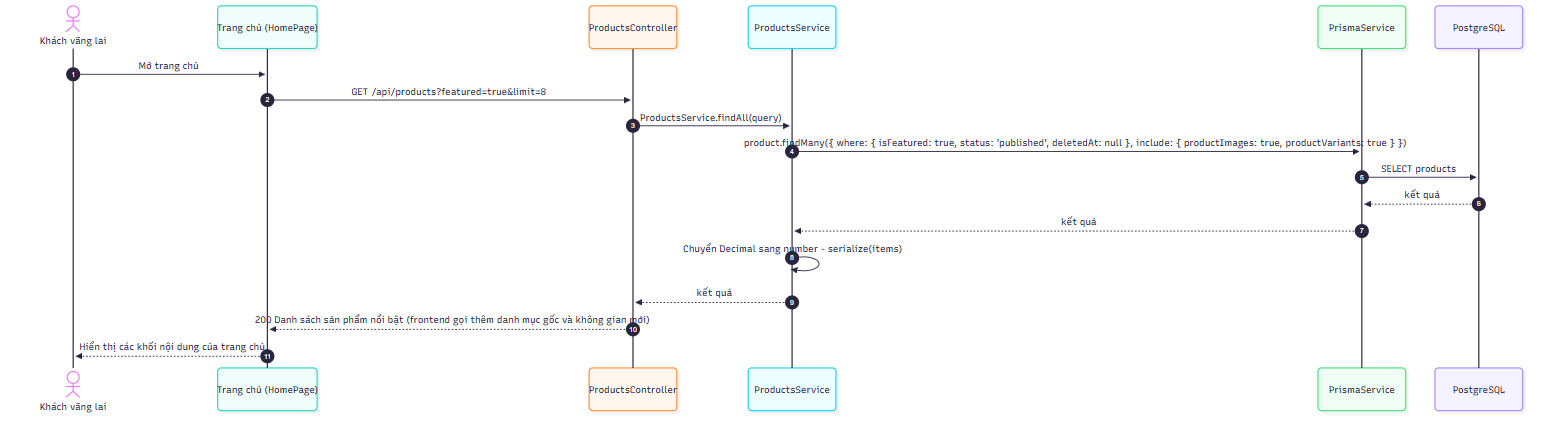
This is docs/diagrams/png/sequence_UC-CAT-01_xem-trang-chu.png from 2431540234-arch/XDUDTMDT, a Mermaid export, as it was before one commit. Its source is kept beside it as docs/diagrams/src/sequence_UC-CAT-01_xem-trang-chu.mmd. Its diagram source:
```mermaid
sequenceDiagram
    autonumber
    actor A as Khách vãng lai
    participant FE as Trang chủ (HomePage)
    participant C as ProductsController
    participant S as ProductsService
    participant P as PrismaService
    participant D as PostgreSQL
    A->>FE: Mở trang chủ
    FE->>C: GET /api/products?featured=true&limit=8
    C->>S: ProductsService.findAll(query)
    S->>P: product.findMany({ where: { isFeatured: true, status: 'published', deletedAt: null }, include: { productImages: true, productVariants: true } })
    P->>D: SELECT products
    D-->>P: kết quả
    P-->>S: kết quả
    S->>S: Chuyển Decimal sang number - serialize(items)
    S-->>C: kết quả
    C-->>FE: 200 Danh sách sản phẩm nổi bật (frontend gọi thêm danh mục gốc và không gian mới)
    FE-->>A: Hiển thị các khối nội dung của trang chủ
```
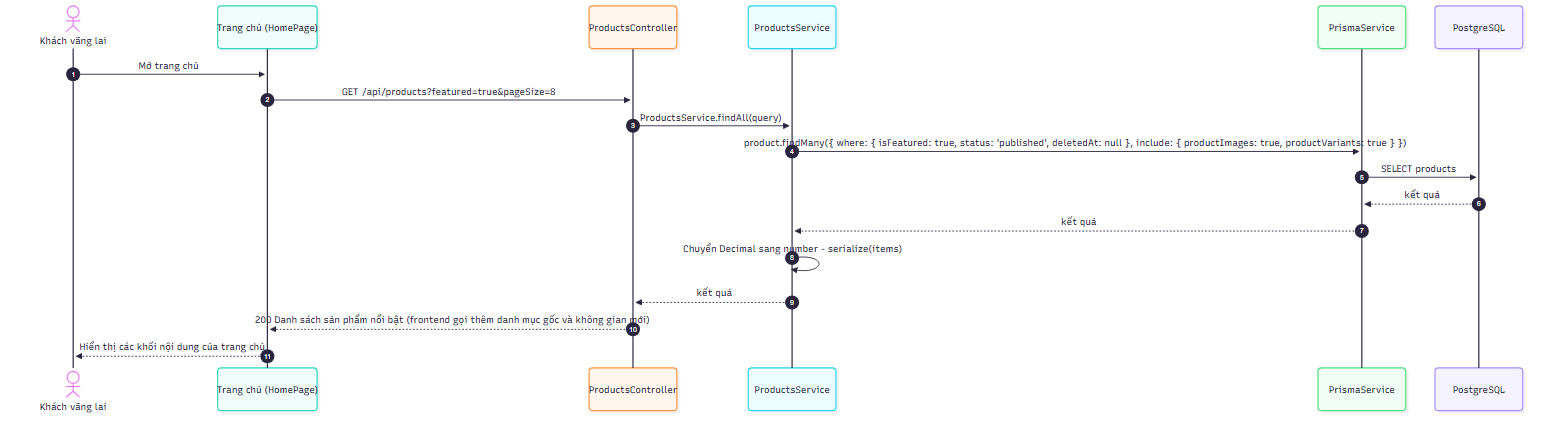
The same diagram one commit later.

Change to the diagram source:
```diff
@@ -7,7 +7,7 @@
     participant P as PrismaService
     participant D as PostgreSQL
     A->>FE: Mở trang chủ
-    FE->>C: GET /api/products?featured=true&limit=8
+    FE->>C: GET /api/products?featured=true&pageSize=8
     C->>S: ProductsService.findAll(query)
     S->>P: product.findMany({ where: { isFeatured: true, status: 'published', deletedAt: null }, include: { productImages: true, productVariants: true } })
     P->>D: SELECT products
```
